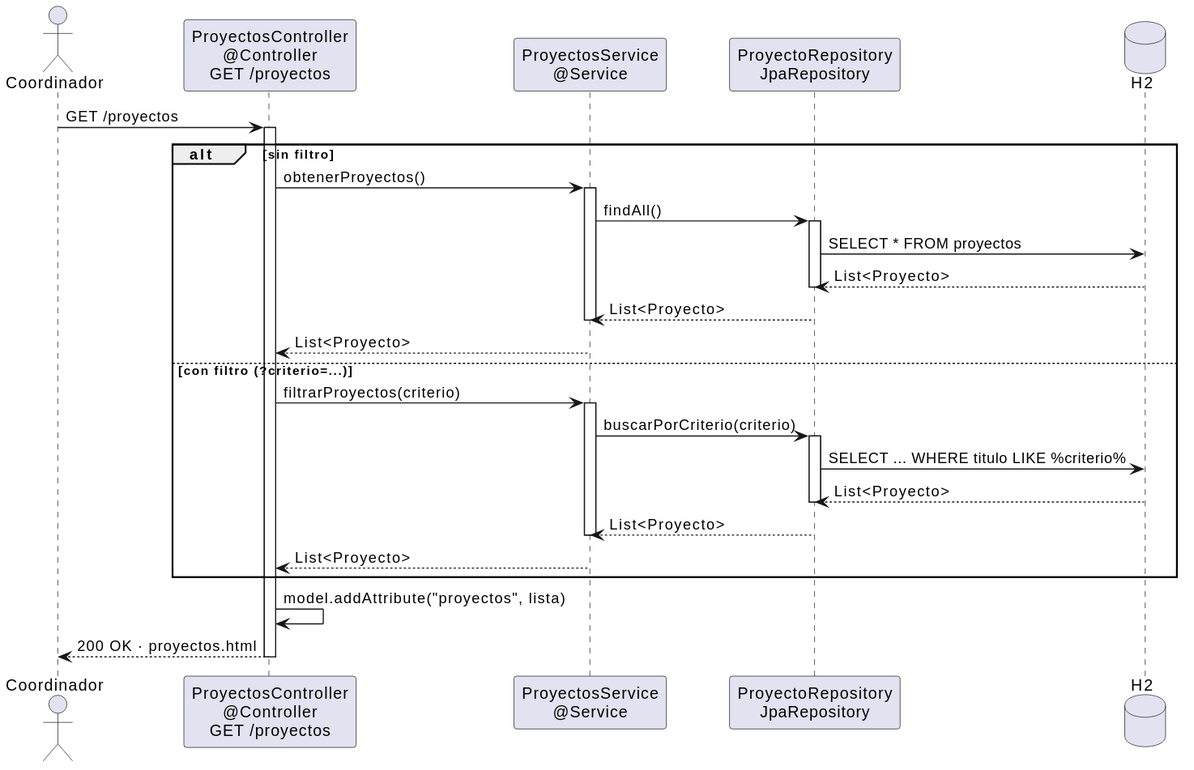
The PlantUML diagram images/diseño/abrirProyectos-diseño.svg in 31Diego/25-26-idsw2-sdVC, before a commit. The source it was exported from:
```plantuml
@startuml
skinparam linetype ortho

actor "Coordinador" as Coord
participant "ProyectosController\n@Controller\nGET /proyectos" as Ctrl
participant "ProyectosService\n@Service" as Service
participant "ProyectoRepository\nJpaRepository" as Repo
database "H2" as DB

Coord -> Ctrl : GET /proyectos
activate Ctrl

alt sin filtro
    Ctrl -> Service : obtenerProyectos()
    activate Service
    Service -> Repo : findAll()
    activate Repo
    Repo -> DB : SELECT * FROM proyectos
    DB --> Repo : List<Proyecto>
    deactivate Repo
    Repo --> Service : List<Proyecto>
    deactivate Service
    Service --> Ctrl : List<Proyecto>
else con filtro (?criterio=...)
    Ctrl -> Service : filtrarProyectos(criterio)
    activate Service
    Service -> Repo : buscarPorCriterio(criterio)
    activate Repo
    Repo -> DB : SELECT ... WHERE titulo LIKE %criterio%
    DB --> Repo : List<Proyecto>
    deactivate Repo
    Repo --> Service : List<Proyecto>
    deactivate Service
    Service --> Ctrl : List<Proyecto>
end

Ctrl -> Ctrl : model.addAttribute("proyectos", lista)
Ctrl --> Coord : 200 OK · proyectos.html
deactivate Ctrl
@enduml
```
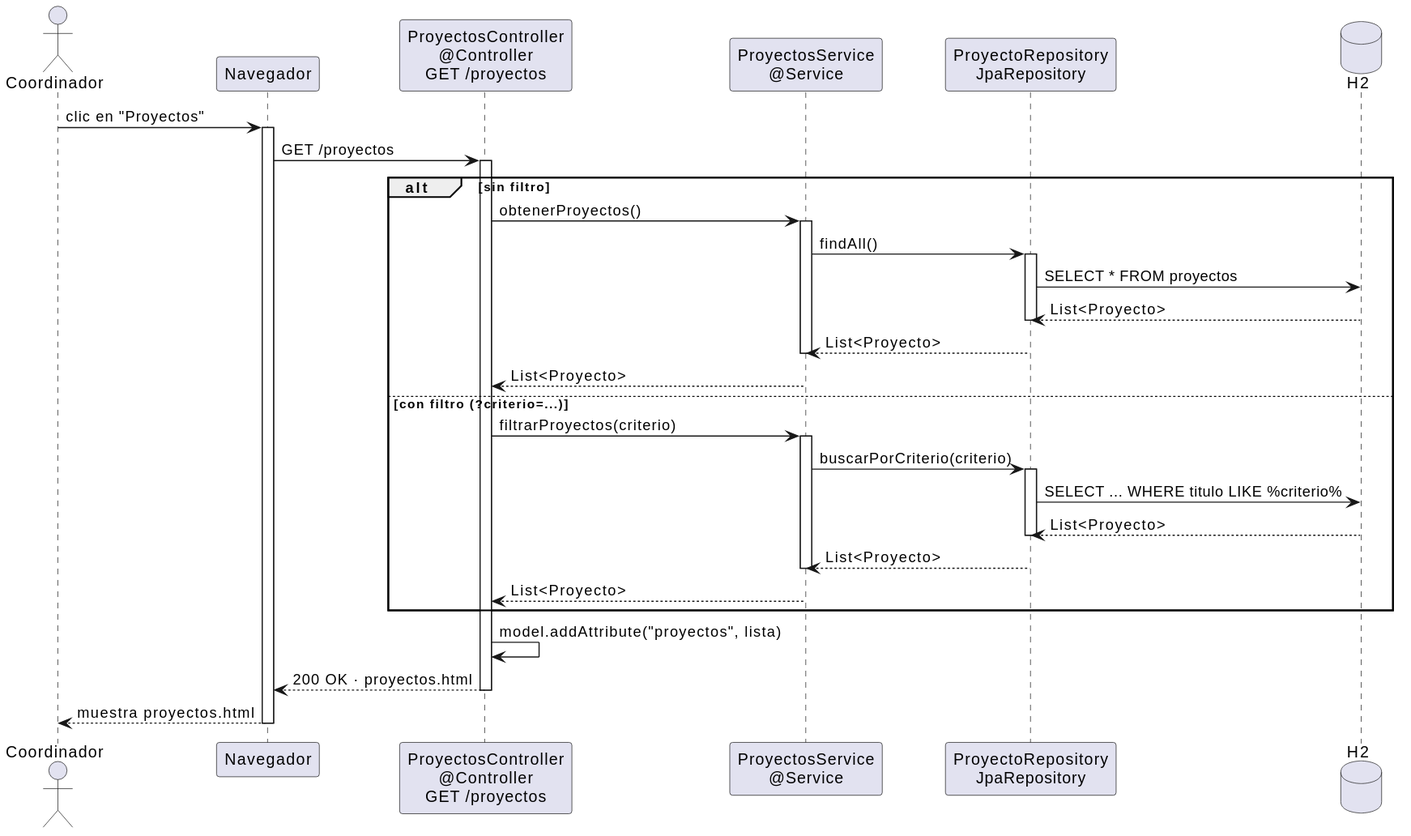
After the change.

Commit message:
fix: corregir diagramas de secuencia de diseño — añadir navegador antes de la petición HTTP

Diff of the diagram source:
```diff
@@ -2,12 +2,15 @@
 skinparam linetype ortho
 
 actor "Coordinador" as Coord
+participant "Navegador" as Nav
 participant "ProyectosController\n@Controller\nGET /proyectos" as Ctrl
 participant "ProyectosService\n@Service" as Service
 participant "ProyectoRepository\nJpaRepository" as Repo
 database "H2" as DB
 
-Coord -> Ctrl : GET /proyectos
+Coord -> Nav : clic en "Proyectos"
+activate Nav
+Nav -> Ctrl : GET /proyectos
 activate Ctrl
 
 alt sin filtro
@@ -35,6 +38,8 @@
 end
 
 Ctrl -> Ctrl : model.addAttribute("proyectos", lista)
-Ctrl --> Coord : 200 OK · proyectos.html
+Ctrl --> Nav : 200 OK · proyectos.html
 deactivate Ctrl
+Nav --> Coord : muestra proyectos.html
+deactivate Nav
 @enduml
```
